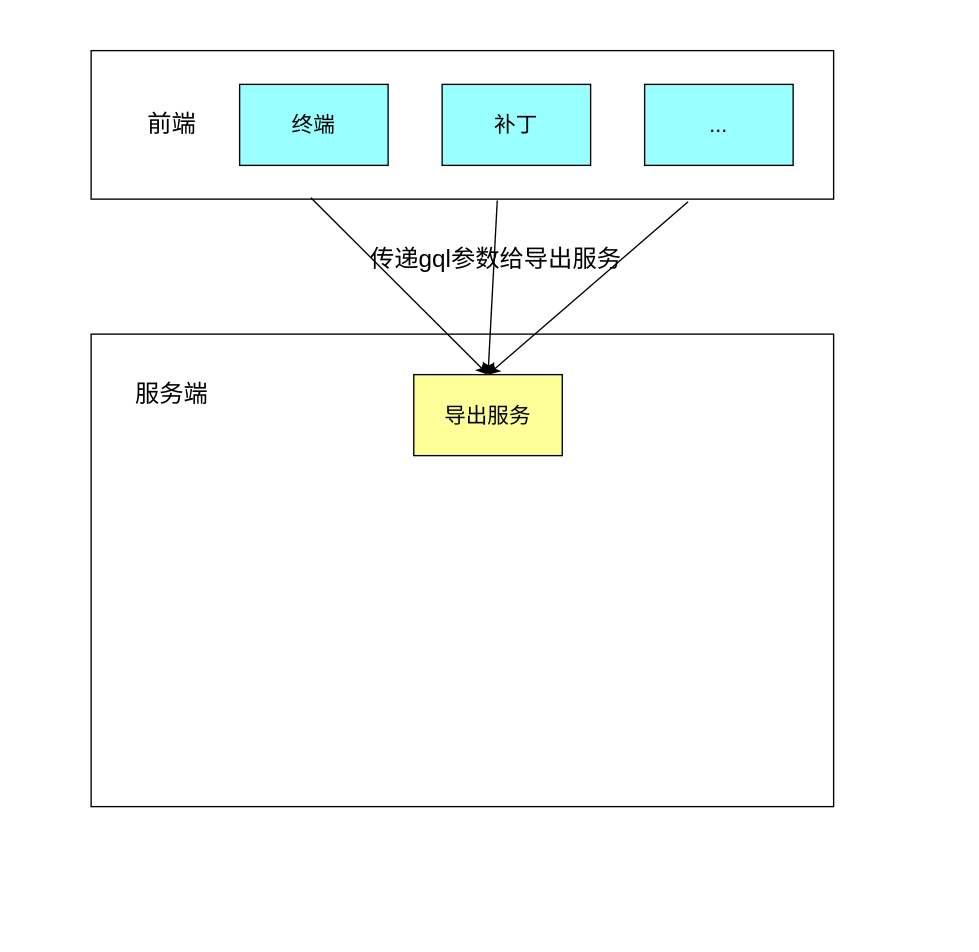
The draw.io diagram 导出服务数据流程图.drawio in 15083787153/go-gRPC, before the edit. Source tidied: cells renumbered, new cells numbered last; positions are measured from the earlier drawing's top-left corner, leaving out a move shared by most shapes. Both pictures are drawn from the tidied source at 135%, with x=0, y=0 at pixel (90, 50).
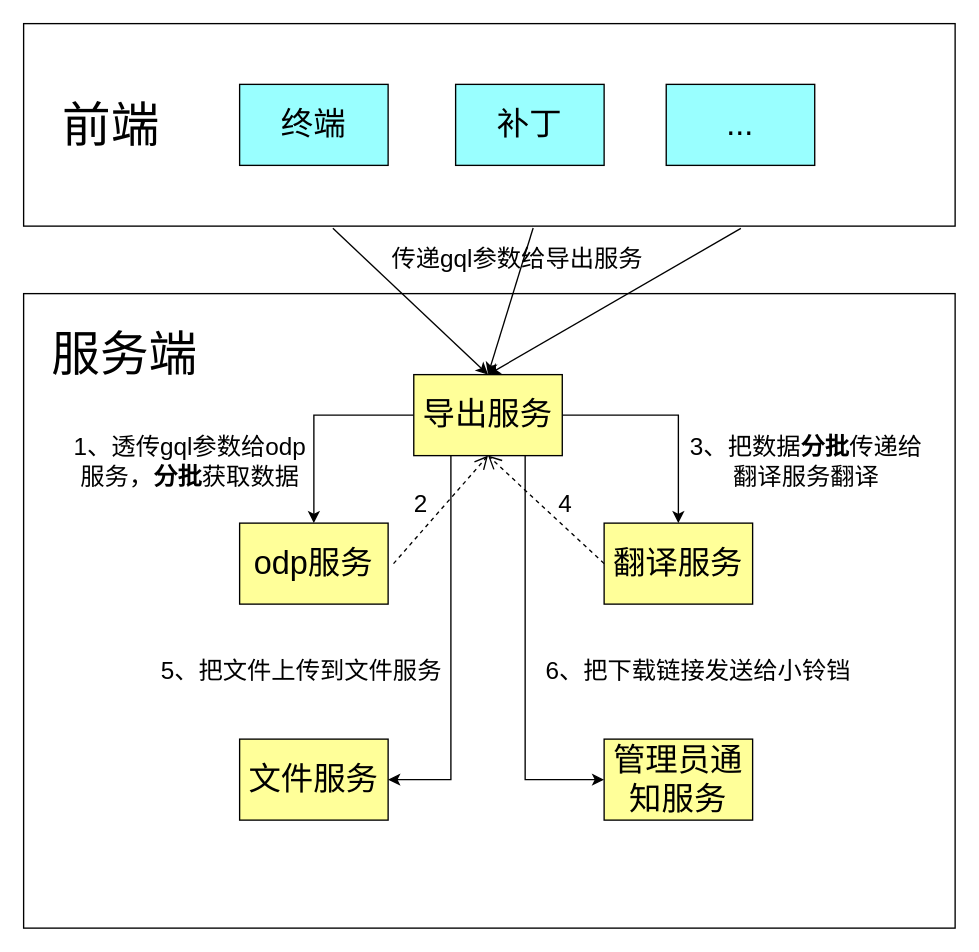
The same page after the edit.

Commit message (it also covers changes not shown here):
更新导出服务数据流程图.drawio

What changed in the source:
```diff
@@
     <mxCell id="2" style="rounded=0;whiteSpace=wrap;html=1;" parent="1" vertex="1">
-      <mxGeometry width="550" height="110" as="geometry" />
+      <mxGeometry x="-50" y="-20" width="690" height="150" as="geometry" />
     </mxCell>
-    <mxCell id="3" value="&lt;font style=&quot;font-size: 18px;&quot;&gt;前端&lt;/font&gt;" style="text;html=1;strokeColor=none;fillColor=none;align=center;verticalAlign=middle;whiteSpace=wrap;rounded=0;" parent="1" vertex="1">
-      <mxGeometry x="30" y="40" width="60" height="30" as="geometry" />
+    <mxCell id="3" value="&lt;font style=&quot;font-size: 36px;&quot;&gt;前端&lt;/font&gt;" style="text;html=1;strokeColor=none;fillColor=none;align=center;verticalAlign=middle;whiteSpace=wrap;rounded=0;" parent="1" vertex="1">
+      <mxGeometry x="-35" y="40" width="100" height="30" as="geometry" />
     </mxCell>
-    <mxCell id="4" value="&lt;font size=&quot;3&quot;&gt;终端&lt;/font&gt;" style="rounded=0;whiteSpace=wrap;html=1;fillColor=#99FFFF;" parent="1" vertex="1">
+    <mxCell id="4" value="&lt;font style=&quot;font-size: 24px;&quot;&gt;终端&lt;/font&gt;" style="rounded=0;whiteSpace=wrap;html=1;fillColor=#99FFFF;" parent="1" vertex="1">
       <mxGeometry x="110" y="25" width="110" height="60" as="geometry" />
     </mxCell>
-    <mxCell id="5" value="&lt;font size=&quot;3&quot;&gt;补丁&lt;/font&gt;" style="rounded=0;whiteSpace=wrap;html=1;fillColor=#99FFFF;" parent="1" vertex="1">
-      <mxGeometry x="260" y="25" width="110" height="60" as="geometry" />
+    <mxCell id="5" value="&lt;font style=&quot;font-size: 24px;&quot;&gt;补丁&lt;/font&gt;" style="rounded=0;whiteSpace=wrap;html=1;fillColor=#99FFFF;" parent="1" vertex="1">
+      <mxGeometry x="270" y="25" width="110" height="60" as="geometry" />
     </mxCell>
-    <mxCell id="6" value="&lt;font size=&quot;3&quot;&gt;...&lt;/font&gt;" style="rounded=0;whiteSpace=wrap;html=1;fillColor=#99FFFF;" parent="1" vertex="1">
-      <mxGeometry x="410" y="25" width="110" height="60" as="geometry" />
+    <mxCell id="6" value="&lt;font style=&quot;font-size: 24px;&quot;&gt;...&lt;/font&gt;" style="rounded=0;whiteSpace=wrap;html=1;fillColor=#99FFFF;" parent="1" vertex="1">
+      <mxGeometry x="426" y="25" width="110" height="60" as="geometry" />
     </mxCell>
     <mxCell id="7" style="rounded=0;whiteSpace=wrap;html=1;" parent="1" vertex="1">
-      <mxGeometry y="210" width="550" height="350" as="geometry" />
+      <mxGeometry x="-50" y="180" width="690" height="470" as="geometry" />
     </mxCell>
+    <mxCell id="14" style="edgeStyle=orthogonalEdgeStyle;rounded=0;jettySize=auto;html=1;" parent="1" edge="1" source="8" target="16">
+      <mxGeometry relative="1" as="geometry" />
+    </mxCell>
+    <mxCell id="15" style="edgeStyle=orthogonalEdgeStyle;rounded=0;jettySize=auto;html=1;exitX=1;exitY=0.5;exitDx=0;exitDy=0;" parent="1" edge="1" source="8" target="17">
+      <mxGeometry relative="1" as="geometry" />
+    </mxCell>
-    <mxCell id="8" value="&lt;font size=&quot;3&quot;&gt;导出服务&lt;/font&gt;" style="rounded=0;whiteSpace=wrap;html=1;fillColor=#FFFF99;" parent="1" vertex="1">
+    <mxCell id="8" value="&lt;font style=&quot;font-size: 24px;&quot;&gt;导出服务&lt;/font&gt;" style="rounded=0;whiteSpace=wrap;html=1;fillColor=#FFFF99;" parent="1" vertex="1">
       <mxGeometry x="239" y="240" width="110" height="60" as="geometry" />
     </mxCell>
-    <mxCell id="9" style="endArrow=classic;html=1;rounded=0;exitX=0.296;exitY=0.991;exitDx=0;exitDy=0;entryX=0.5;entryY=0;entryDx=0;entryDy=0;exitPerimeter=0;" parent="1" edge="1" source="2" target="8">
+    <mxCell id="9" style="endArrow=classic;html=1;rounded=0;exitX=0.332;exitY=1.011;exitDx=0;exitDy=0;entryX=0.5;entryY=0;entryDx=0;entryDy=0;exitPerimeter=0;" parent="1" edge="1" source="2" target="8">
       <mxGeometry relative="1" as="geometry" />
     </mxCell>
@@
-    <mxCell id="11" style="endArrow=classic;html=1;rounded=0;exitX=0.804;exitY=1.018;exitDx=0;exitDy=0;entryX=0.5;entryY=0;entryDx=0;entryDy=0;exitPerimeter=0;" parent="1" edge="1" source="2" target="8">
+    <mxCell id="11" style="endArrow=classic;html=1;rounded=0;exitX=0.77;exitY=1.011;exitDx=0;exitDy=0;entryX=0.5;entryY=0;entryDx=0;entryDy=0;exitPerimeter=0;" parent="1" edge="1" source="2" target="8">
       <mxGeometry relative="1" as="geometry" />
     </mxCell>
     <mxCell id="12" value="&lt;span style=&quot;font-size: 18px;&quot;&gt;传递gql参数给导出服务&lt;/span&gt;" style="text;html=1;strokeColor=none;fillColor=none;align=center;verticalAlign=middle;whiteSpace=wrap;rounded=0;" parent="1" vertex="1">
-      <mxGeometry x="190" y="140" width="220" height="30" as="geometry" />
+      <mxGeometry x="206" y="140" width="220" height="30" as="geometry" />
     </mxCell>
-    <mxCell id="13" value="&lt;font style=&quot;font-size: 18px;&quot;&gt;服务端&lt;/font&gt;" style="text;html=1;strokeColor=none;fillColor=none;align=center;verticalAlign=middle;whiteSpace=wrap;rounded=0;" parent="1" vertex="1">
-      <mxGeometry x="30" y="240" width="60" height="30" as="geometry" />
+    <mxCell id="13" value="&lt;font style=&quot;font-size: 36px;&quot;&gt;服务端&lt;/font&gt;" style="text;html=1;strokeColor=none;fillColor=none;align=center;verticalAlign=middle;whiteSpace=wrap;rounded=0;" parent="1" vertex="1">
+      <mxGeometry x="-40" y="210" width="130" height="30" as="geometry" />
     </mxCell>
+    <mxCell id="16" value="&lt;font style=&quot;font-size: 24px;&quot;&gt;odp服务&lt;/font&gt;" style="rounded=0;whiteSpace=wrap;html=1;fillColor=#FFFF99;" parent="1" vertex="1">
+      <mxGeometry x="110" y="350" width="110" height="60" as="geometry" />
+    </mxCell>
+    <mxCell id="17" value="&lt;font style=&quot;font-size: 24px;&quot;&gt;翻译服务&lt;/font&gt;" style="rounded=0;whiteSpace=wrap;html=1;fillColor=#FFFF99;" parent="1" vertex="1">
+      <mxGeometry x="380" y="350" width="110" height="60" as="geometry" />
+    </mxCell>
+    <mxCell id="18" value="&lt;font style=&quot;font-size: 18px;&quot;&gt;1、透传gql参数给odp&lt;br&gt;服务，&lt;b style=&quot;&quot;&gt;分批&lt;/b&gt;获取数据&lt;/font&gt;" style="text;html=1;strokeColor=none;fillColor=none;align=center;verticalAlign=middle;whiteSpace=wrap;rounded=0;" parent="1" vertex="1">
+      <mxGeometry x="-27" y="290" width="201" height="30" as="geometry" />
+    </mxCell>
+    <mxCell id="19" value="&lt;font style=&quot;font-size: 18px;&quot;&gt;2&lt;/font&gt;" style="html=1;verticalAlign=bottom;endArrow=open;dashed=1;endSize=8;curved=0;rounded=0;exitX=1;exitY=0.5;exitDx=0;exitDy=0;" parent="1" edge="1">
+      <mxGeometry x="-0.33" y="5" relative="1" as="geometry">
+        <mxPoint x="224" y="380" as="sourcePoint" />
+        <mxPoint x="294" y="300" as="targetPoint" />
+      </mxGeometry>
+    </mxCell>
+    <mxCell id="20" value="&lt;font style=&quot;font-size: 18px;&quot;&gt;3、把数据&lt;b style=&quot;&quot;&gt;分批&lt;/b&gt;传递给&lt;br&gt;翻译服务翻译&lt;/font&gt;" style="text;html=1;strokeColor=none;fillColor=none;align=center;verticalAlign=middle;whiteSpace=wrap;rounded=0;" parent="1" vertex="1">
+      <mxGeometry x="440" y="290" width="180" height="30" as="geometry" />
+    </mxCell>
+    <mxCell id="21" value="&lt;font style=&quot;font-size: 18px;&quot;&gt;4&lt;/font&gt;" style="html=1;verticalAlign=bottom;endArrow=open;dashed=1;endSize=8;curved=0;rounded=0;exitX=0;exitY=0.5;exitDx=0;exitDy=0;entryX=0.5;entryY=1;entryDx=0;entryDy=0;" parent="1" edge="1" source="17" target="8">
+      <mxGeometry x="-0.28" y="-2" relative="1" as="geometry" />
+    </mxCell>
+    <mxCell id="22" value="&lt;font style=&quot;font-size: 24px;&quot;&gt;文件服务&lt;/font&gt;" style="rounded=0;whiteSpace=wrap;html=1;fillColor=#FFFF99;" parent="1" vertex="1">
+      <mxGeometry x="110" y="510" width="110" height="60" as="geometry" />
+    </mxCell>
+    <mxCell id="23" value="&lt;font style=&quot;font-size: 24px;&quot;&gt;管理员通知服务&lt;/font&gt;" style="rounded=0;whiteSpace=wrap;html=1;fillColor=#FFFF99;" parent="1" vertex="1">
+      <mxGeometry x="380" y="510" width="110" height="60" as="geometry" />
+    </mxCell>
+    <mxCell id="24" style="edgeStyle=orthogonalEdgeStyle;rounded=0;jettySize=auto;html=1;exitX=0.25;exitY=1;exitDx=0;exitDy=0;entryX=1;entryY=0.5;entryDx=0;entryDy=0;" parent="1" edge="1" source="8" target="22">
+      <mxGeometry relative="1" as="geometry" />
+    </mxCell>
+    <mxCell id="25" style="edgeStyle=orthogonalEdgeStyle;rounded=0;jettySize=auto;html=1;exitX=0.75;exitY=1;exitDx=0;exitDy=0;entryX=0;entryY=0.5;entryDx=0;entryDy=0;" parent="1" edge="1" source="8" target="23">
+      <mxGeometry relative="1" as="geometry" />
+    </mxCell>
+    <mxCell id="26" value="&lt;font style=&quot;font-size: 18px;&quot;&gt;5、把文件上传到文件服务&lt;/font&gt;" style="text;html=1;strokeColor=none;fillColor=none;align=center;verticalAlign=middle;whiteSpace=wrap;rounded=0;" parent="1" vertex="1">
+      <mxGeometry x="36" y="444.5" width="240" height="30" as="geometry" />
+    </mxCell>
+    <mxCell id="27" value="&lt;font style=&quot;font-size: 18px;&quot;&gt;6、把下载链接发送给小铃铛&lt;/font&gt;" style="text;html=1;strokeColor=none;fillColor=none;align=center;verticalAlign=middle;whiteSpace=wrap;rounded=0;" parent="1" vertex="1">
+      <mxGeometry x="330" y="444.5" width="240" height="30" as="geometry" />
+    </mxCell>
```
